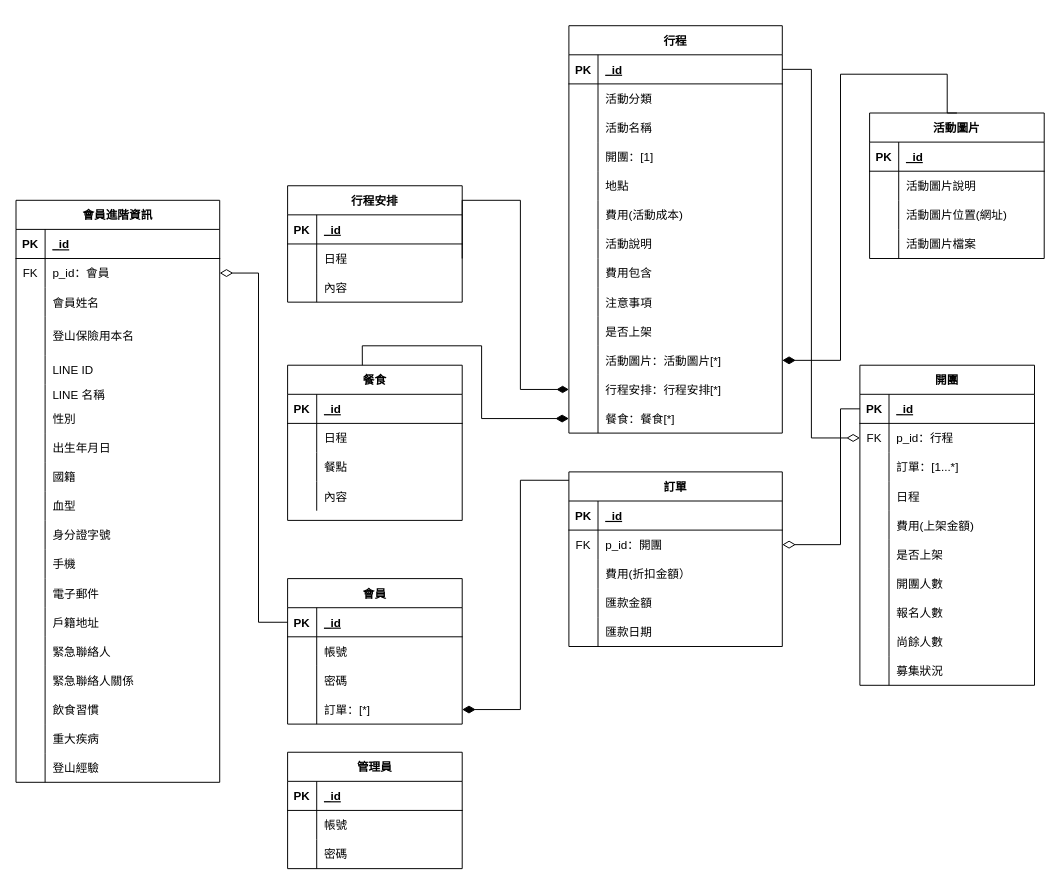
This is Untitled Diagram.drawio from Yizi-Yeh/MT-Databaseplanning, a draw.io file, before an edit. Source tidied: cells renumbered, new cells numbered last; positions are measured from the earlier drawing's top-left corner, leaving out a move shared by most shapes. Both pictures are drawn from the tidied source at 97%, with x=0, y=0 at pixel (16, 25).
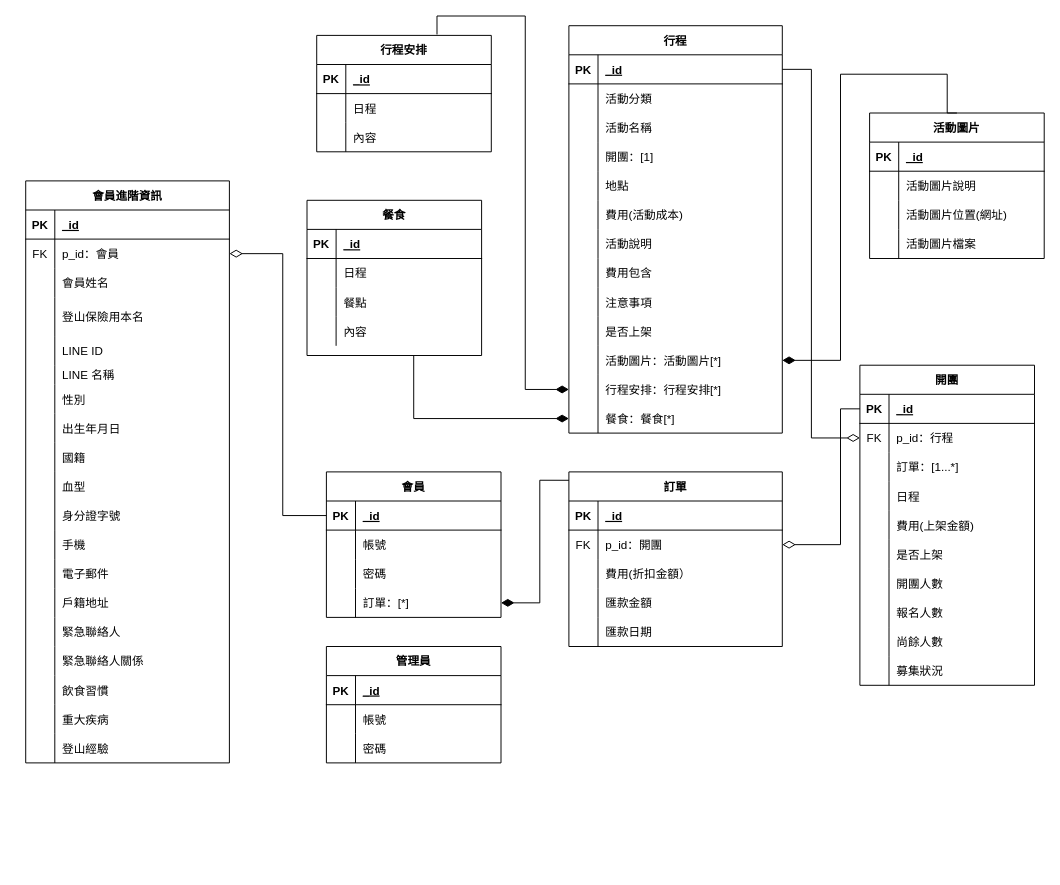
The same page after the edit.

Unchanged cells that the change refers to:
```xml
<mxCell id="36" style="shape=partialRectangle;fillColor=none;top=0;left=0;bottom=0;right=0;points=[[0,0.5],[1,0.5]];portConstraint=eastwest;" parent="2" vertex="1">
  <mxGeometry y="360" width="220" height="30" as="geometry" />
</mxCell>
<mxCell id="39" style="shape=partialRectangle;fillColor=none;top=0;left=0;bottom=0;right=0;points=[[0,0.5],[1,0.5]];portConstraint=eastwest;" parent="2" vertex="1">
  <mxGeometry y="390" width="220" height="30" as="geometry" />
</mxCell>
```

Diff of the diagram source:
```diff
@@
     <mxCell id="73" value="行程安排" style="shape=table;startSize=30;childLayout=tableLayout;rowLines=0;fontStyle=1;align=center;fillColor=none;" parent="1" vertex="1">
-      <mxGeometry x="280" y="165" width="180" height="120" as="geometry" />
+      <mxGeometry x="310" y="10" width="180" height="120" as="geometry" />
     </mxCell>
@@
     <mxCell id="83" value="餐食" style="shape=table;startSize=30;childLayout=tableLayout;rowLines=0;fontStyle=1;align=center;fillColor=none;" parent="1" vertex="1">
-      <mxGeometry x="280" y="350" width="180" height="160" as="geometry" />
+      <mxGeometry x="300" y="180" width="180" height="160" as="geometry" />
     </mxCell>
@@
     <mxCell id="109" value="會員" style="shape=table;startSize=30;childLayout=tableLayout;rowLines=0;fontStyle=1;align=center;fillColor=none;" parent="1" vertex="1">
-      <mxGeometry x="280" y="570" width="180" height="150" as="geometry" />
+      <mxGeometry x="320" y="460" width="180" height="150" as="geometry" />
     </mxCell>
@@
-    <mxCell id="138" style="edgeStyle=orthogonalEdgeStyle;rounded=0;jettySize=auto;html=1;entryX=0;entryY=0.5;entryDx=0;entryDy=0;endArrow=diamondThin;endFill=1;endSize=10;" parent="1" edge="1" target="36">
-      <mxGeometry relative="1" as="geometry">
-        <mxPoint x="460" y="240" as="sourcePoint" />
-        <Array as="points">
-          <mxPoint x="460" y="180" />
-          <mxPoint x="520" y="180" />
-          <mxPoint x="520" y="375" />
-        </Array>
-      </mxGeometry>
-    </mxCell>
@@
     <mxCell id="140" value="管理員" style="shape=table;startSize=30;childLayout=tableLayout;rowLines=0;fontStyle=1;align=center;fillColor=none;" parent="1" vertex="1">
-      <mxGeometry x="280" y="749" width="180" height="120" as="geometry" />
+      <mxGeometry x="320" y="640" width="180" height="120" as="geometry" />
     </mxCell>
@@
     <mxCell id="150" value="會員進階資訊" style="shape=table;startSize=30;childLayout=tableLayout;rowLines=0;fontStyle=1;align=center;fillColor=none;" parent="1" vertex="1">
-      <mxGeometry y="180" width="210" height="600" as="geometry" />
+      <mxGeometry x="10" y="160" width="210" height="600" as="geometry" />
     </mxCell>
@@
-    <mxCell id="212" style="edgeStyle=orthogonalEdgeStyle;rounded=0;jumpSize=14;jettySize=auto;html=1;entryX=0.428;entryY=0;entryDx=0;entryDy=0;entryPerimeter=0;startArrow=diamondThin;startFill=1;startSize=11;sourcePerimeterSpacing=9;endArrow=none;endFill=0;endSize=11;targetPerimeterSpacing=13;strokeWidth=1;exitX=0;exitY=0.5;exitDx=0;exitDy=0;" parent="1" edge="1" source="39" target="83">
-      <mxGeometry relative="1" as="geometry">
-        <Array as="points">
-          <mxPoint x="480" y="405" />
-          <mxPoint x="480" y="330" />
-          <mxPoint x="357" y="330" />
-        </Array>
-      </mxGeometry>
-    </mxCell>
+    <mxCell id="213" style="edgeStyle=orthogonalEdgeStyle;rounded=0;jumpSize=14;jettySize=auto;html=1;entryX=0.689;entryY=-0.008;entryDx=0;entryDy=0;entryPerimeter=0;startArrow=diamondThin;startFill=1;startSize=11;sourcePerimeterSpacing=9;endArrow=none;endFill=0;endSize=11;targetPerimeterSpacing=13;strokeWidth=1;exitX=0;exitY=0.5;exitDx=0;exitDy=0;" parent="1" edge="1" source="36" target="73">
+      <mxGeometry relative="1" as="geometry" />
+    </mxCell>
+    <mxCell id="214" style="edgeStyle=orthogonalEdgeStyle;rounded=0;jumpSize=14;jettySize=auto;html=1;exitX=0;exitY=0.5;exitDx=0;exitDy=0;startArrow=diamondThin;startFill=1;startSize=11;sourcePerimeterSpacing=9;endArrow=none;endFill=0;endSize=11;targetPerimeterSpacing=13;strokeWidth=1;" parent="1" edge="1" source="39">
+      <mxGeometry relative="1" as="geometry">
+        <mxPoint x="410" y="340" as="targetPoint" />
+        <Array as="points">
+          <mxPoint x="410" y="405" />
+        </Array>
+      </mxGeometry>
+    </mxCell>
```
